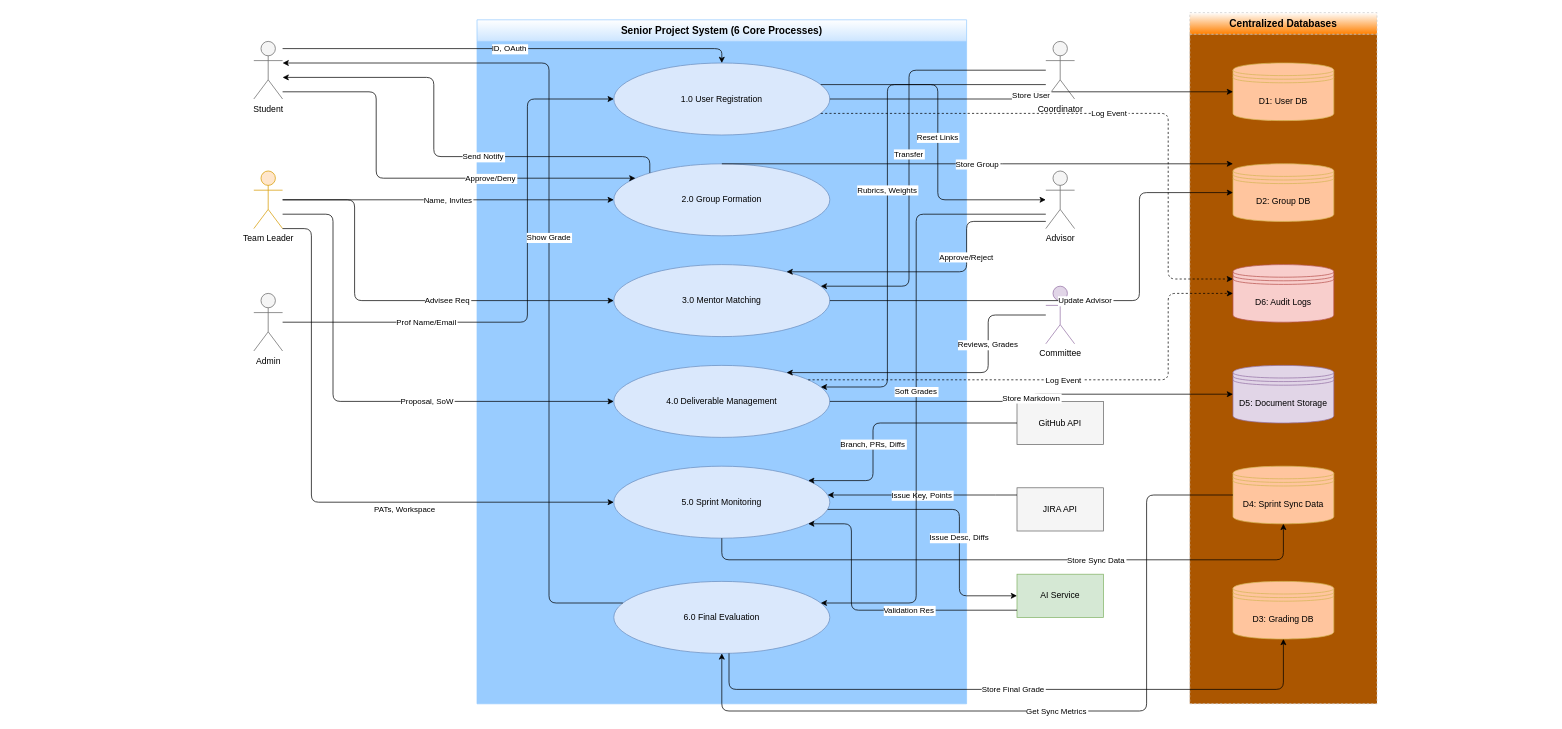
SE3318-Spring-2025-2026/senior-app-1 keeps this draw.io diagram as page "Level 1 - Overview" (2 of 2) of docs/dfd_senior_project.drawio. Above is the earlier version. Source tidied: cells renumbered, new cells numbered last; positions are measured from the earlier drawing's top-left corner, leaving out a move shared by most shapes. Both pictures are drawn from the tidied source at 72%, with x=0, y=0 at pixel (253, 12).
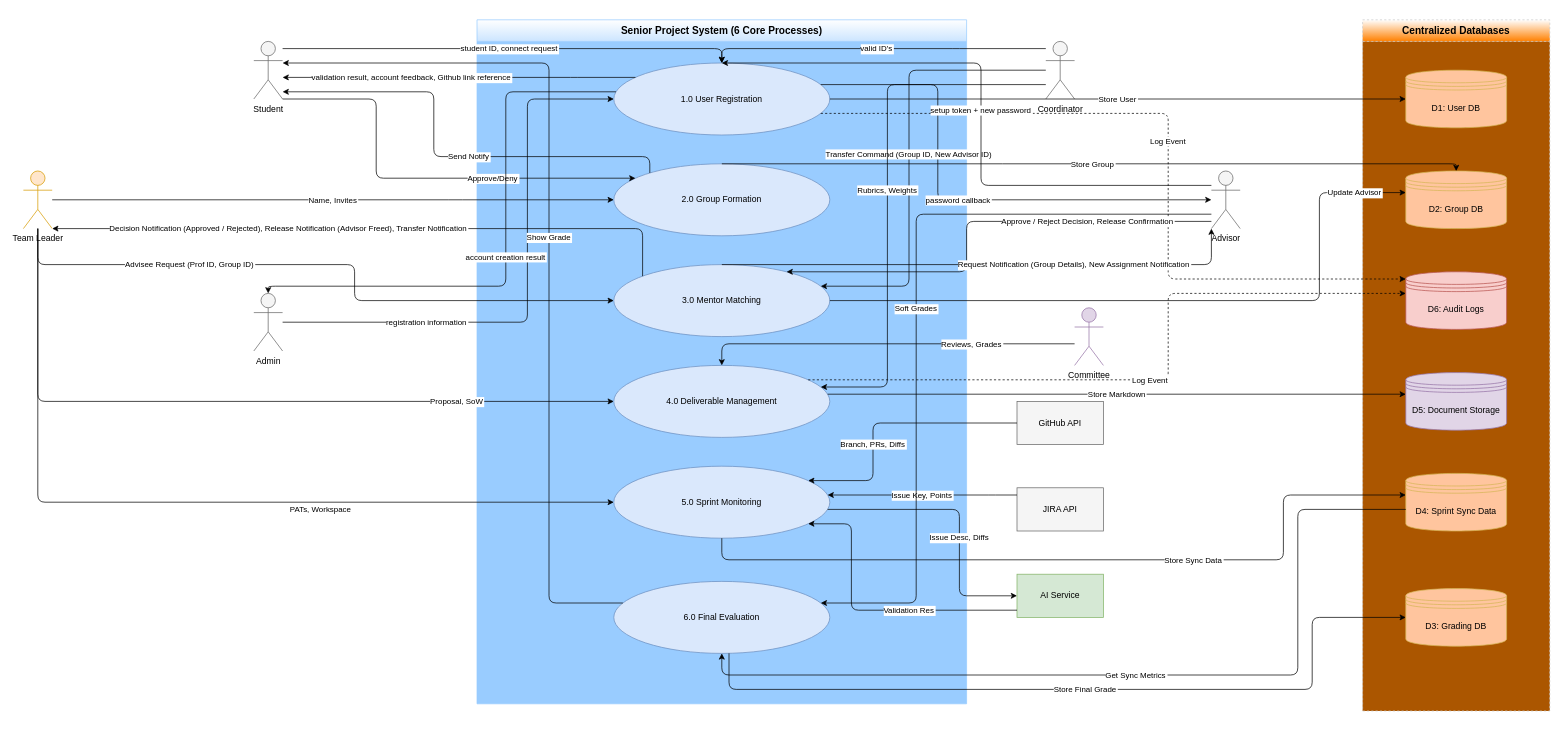
The same diagram, later.

Commit message (it also covers changes not shown here):
Refine DFD diagrams: correct registration terminology, update process labels, and enhance data flow details for user registration and senior project context/overview

The change refers to these unchanged cells:
```xml
<mxCell id="3" value="1.0 User Registration" style="ellipse;whiteSpace=wrap;html=1;fillColor=#dae8fc;strokeColor=#6c8ebf;" parent="2" vertex="1">
  <mxGeometry x="190" y="60" width="300" height="100" as="geometry" />
</mxCell>
<mxCell id="4" value="2.0 Group Formation" style="ellipse;whiteSpace=wrap;html=1;fillColor=#dae8fc;strokeColor=#6c8ebf;" parent="2" vertex="1">
  <mxGeometry x="190" y="200" width="300" height="100" as="geometry" />
</mxCell>
<mxCell id="5" value="3.0 Mentor Matching" style="ellipse;whiteSpace=wrap;html=1;fillColor=#dae8fc;strokeColor=#6c8ebf;" parent="2" vertex="1">
  <mxGeometry x="190" y="340" width="300" height="100" as="geometry" />
</mxCell>
<mxCell id="6" value="4.0 Deliverable Management" style="ellipse;whiteSpace=wrap;html=1;fillColor=#dae8fc;strokeColor=#6c8ebf;" parent="2" vertex="1">
  <mxGeometry x="190" y="480" width="300" height="100" as="geometry" />
</mxCell>
<mxCell id="7" value="5.0 Sprint Monitoring" style="ellipse;whiteSpace=wrap;html=1;fillColor=#dae8fc;strokeColor=#6c8ebf;" parent="2" vertex="1">
  <mxGeometry x="190" y="620" width="300" height="100" as="geometry" />
</mxCell>
<mxCell id="8" value="6.0 Final Evaluation" style="ellipse;whiteSpace=wrap;html=1;fillColor=#dae8fc;strokeColor=#6c8ebf;" parent="2" vertex="1">
  <mxGeometry x="190" y="780" width="300" height="100" as="geometry" />
</mxCell>
<mxCell id="11" value="D2: Group DB" style="shape=datastore;whiteSpace=wrap;html=1;fillColor=#FFC59E;strokeColor=#d6b656;" parent="9" vertex="1">
  <mxGeometry x="60" y="210" width="140" height="80" as="geometry" />
</mxCell>
<mxCell id="13" value="D5: Document Storage" style="shape=datastore;whiteSpace=wrap;html=1;fillColor=#e1d5e7;strokeColor=#9673a6;" parent="9" vertex="1">
  <mxGeometry x="60" y="490" width="140" height="80" as="geometry" />
</mxCell>
<mxCell id="14" value="D4: Sprint Sync Data" style="shape=datastore;whiteSpace=wrap;html=1;fillColor=#FFC59E;strokeColor=#d6b656;" parent="9" vertex="1">
  <mxGeometry x="60" y="630" width="140" height="80" as="geometry" />
</mxCell>
<mxCell id="15" value="D3: Grading DB" style="shape=datastore;whiteSpace=wrap;html=1;fillColor=#FFC59E;strokeColor=#d6b656;" parent="9" vertex="1">
  <mxGeometry x="60" y="790" width="140" height="80" as="geometry" />
</mxCell>
<mxCell id="16" value="Student" style="shape=umlActor;verticalLabelPosition=bottom;verticalAlign=top;html=1;outlineConnect=0;fillColor=#f5f5f5;strokeColor=#666666;" parent="1" vertex="1">
  <mxGeometry y="40" width="40" height="80" as="geometry" />
</mxCell>
<mxCell id="18" value="Admin" style="shape=umlActor;verticalLabelPosition=bottom;verticalAlign=top;html=1;outlineConnect=0;fillColor=#f5f5f5;strokeColor=#666666;" parent="1" vertex="1">
  <mxGeometry y="390" width="40" height="80" as="geometry" />
</mxCell>
<mxCell id="19" value="Coordinator" style="shape=umlActor;verticalLabelPosition=bottom;verticalAlign=top;html=1;outlineConnect=0;fillColor=#f5f5f5;strokeColor=#666666;" parent="1" vertex="1">
  <mxGeometry x="1100" y="40" width="40" height="80" as="geometry" />
</mxCell>
```

Diff of the diagram source:
```diff
@@
     <mxCell id="9" value="Centralized Databases" style="swimlane;whiteSpace=wrap;html=1;fillColor=default;strokeColor=#cccccc;dashed=1;fontSize=14;fontStyle=1;startSize=30;swimlaneFillColor=#AB5600;gradientColor=#FF8000;" parent="1" vertex="1">
-      <mxGeometry x="1300" width="260" height="960" as="geometry" />
+      <mxGeometry x="1540" y="10" width="260" height="960" as="geometry" />
     </mxCell>
@@
     <mxCell id="17" value="Team Leader" style="shape=umlActor;verticalLabelPosition=bottom;verticalAlign=top;html=1;outlineConnect=0;fillColor=#ffe6cc;strokeColor=#d79b00;" parent="1" vertex="1">
-      <mxGeometry y="220" width="40" height="80" as="geometry" />
+      <mxGeometry x="-320" y="220" width="40" height="80" as="geometry" />
     </mxCell>
@@
     <mxCell id="20" value="Advisor" style="shape=umlActor;verticalLabelPosition=bottom;verticalAlign=top;html=1;outlineConnect=0;fillColor=#f5f5f5;strokeColor=#666666;" parent="1" vertex="1">
-      <mxGeometry x="1100" y="220" width="40" height="80" as="geometry" />
+      <mxGeometry x="1330" y="220" width="40" height="80" as="geometry" />
     </mxCell>
     <mxCell id="21" value="Committee" style="shape=umlActor;verticalLabelPosition=bottom;verticalAlign=top;html=1;outlineConnect=0;fillColor=#e1d5e7;strokeColor=#9673a6;" parent="1" vertex="1">
-      <mxGeometry x="1100" y="380" width="40" height="80" as="geometry" />
+      <mxGeometry x="1140" y="410" width="40" height="80" as="geometry" />
     </mxCell>
@@
-    <mxCell id="25" value="ID, OAuth" style="edgeStyle=orthogonalEdgeStyle;rounded=1;fontSize=11;" parent="1" edge="1" source="16" target="3">
+    <mxCell id="25" value="student ID, connect request" style="edgeStyle=orthogonalEdgeStyle;rounded=1;fontSize=11;" parent="1" edge="1" source="16" target="3">
       <mxGeometry relative="1" as="geometry">
         <Array as="points">
           <mxPoint x="650" y="50" />
         </Array>
       </mxGeometry>
     </mxCell>
-    <mxCell id="26" value="Prof Name/Email" style="edgeStyle=orthogonalEdgeStyle;rounded=1;fontSize=11;" parent="1" edge="1" source="18" target="3">
+    <mxCell id="26" value="registration information" style="edgeStyle=orthogonalEdgeStyle;rounded=1;fontSize=11;" parent="1" edge="1" source="18" target="3">
       <mxGeometry x="-0.48" relative="1" as="geometry">
         <Array as="points">
           <mxPoint x="380" y="430" />
           <mxPoint x="380" y="120" />
         </Array>
       </mxGeometry>
     </mxCell>
-    <mxCell id="27" value="Reset Links" style="edgeStyle=orthogonalEdgeStyle;rounded=1;fontSize=11;" parent="1" edge="1" source="3" target="20">
+    <mxCell id="27" value="password callback" style="edgeStyle=orthogonalEdgeStyle;rounded=1;fontSize=11;" parent="1" edge="1" source="3" target="20">
       <mxGeometry relative="1" as="geometry">
         <Array as="points">
           <mxPoint x="950" y="100" />
           <mxPoint x="950" y="260" />
         </Array>
       </mxGeometry>
     </mxCell>
@@
     <mxCell id="31" value="Approve/Deny" style="edgeStyle=orthogonalEdgeStyle;rounded=1;fontSize=11;" parent="1" edge="1" source="16" target="4">
       <mxGeometry x="0.34" relative="1" as="geometry">
         <Array as="points">
-          <mxPoint x="170" y="110" />
+          <mxPoint x="170" y="120" />
           <mxPoint x="170" y="230" />
         </Array>
       </mxGeometry>
     </mxCell>
     <mxCell id="32" value="Send Notify" style="edgeStyle=orthogonalEdgeStyle;rounded=1;fontSize=11;" parent="1" edge="1" source="4" target="16">
-      <mxGeometry x="-0.21" relative="1" as="geometry">
+      <mxGeometry x="-0.12" relative="1" as="geometry">
         <Array as="points">
           <mxPoint x="550" y="200" />
           <mxPoint x="250" y="200" />
-          <mxPoint x="250" y="90" />
+          <mxPoint x="250" y="110" />
         </Array>
       </mxGeometry>
     </mxCell>
@@
-    <mxCell id="34" value="Advisee Req" style="edgeStyle=orthogonalEdgeStyle;rounded=1;fontSize=11;" parent="1" edge="1" source="17" target="5">
-      <mxGeometry x="0.23" relative="1" as="geometry">
+    <mxCell id="34" value="Advisee Request (Prof ID, Group ID)" style="edgeStyle=orthogonalEdgeStyle;rounded=1;fontSize=11;" parent="1" edge="1" source="17" target="5">
+      <mxGeometry x="-0.42" relative="1" as="geometry">
         <Array as="points">
-          <mxPoint x="140" y="260" />
+          <mxPoint x="-300" y="350" />
+          <mxPoint x="140" y="350" />
           <mxPoint x="140" y="400" />
         </Array>
       </mxGeometry>
     </mxCell>
-    <mxCell id="35" value="Transfer" style="edgeStyle=orthogonalEdgeStyle;rounded=1;fontSize=11;" parent="1" edge="1" source="19" target="5">
+    <mxCell id="35" value="Transfer Command (Group ID, New Advisor ID)" style="edgeStyle=orthogonalEdgeStyle;rounded=1;fontSize=11;" parent="1" edge="1" source="19" target="5">
       <mxGeometry relative="1" as="geometry">
         <Array as="points">
           <mxPoint x="910" y="80" />
           <mxPoint x="910" y="380" />
         </Array>
       </mxGeometry>
     </mxCell>
-    <mxCell id="36" value="Approve/Reject" style="edgeStyle=orthogonalEdgeStyle;rounded=1;fontSize=11;" parent="1" edge="1" source="20" target="5">
-      <mxGeometry x="-0.26" relative="1" as="geometry">
+    <mxCell id="36" value="Approve / Reject Decision, Release Confirmation" style="edgeStyle=orthogonalEdgeStyle;rounded=1;fontSize=11;" parent="1" edge="1" source="20" target="5">
+      <mxGeometry x="-0.48" relative="1" as="geometry">
         <Array as="points">
           <mxPoint x="990" y="290" />
           <mxPoint x="990" y="360" />
         </Array>
       </mxGeometry>
     </mxCell>
     <mxCell id="37" value="Update Advisor" style="edgeStyle=orthogonalEdgeStyle;rounded=1;fontSize=11;" parent="1" edge="1" source="5" target="11">
-      <mxGeometry relative="1" as="geometry">
+      <mxGeometry x="0.85" relative="1" as="geometry">
         <Array as="points">
-          <mxPoint x="1230" y="400" />
-          <mxPoint x="1230" y="250" />
+          <mxPoint x="1480" y="400" />
+          <mxPoint x="1480" y="250" />
         </Array>
       </mxGeometry>
     </mxCell>
@@
     <mxCell id="39" value="Proposal, SoW" style="edgeStyle=orthogonalEdgeStyle;rounded=1;fontSize=11;" parent="1" edge="1" source="17" target="6">
-      <mxGeometry x="0.28" relative="1" as="geometry">
+      <mxGeometry x="0.58" relative="1" as="geometry">
         <Array as="points">
-          <mxPoint x="110" y="280" />
-          <mxPoint x="110" y="540" />
+          <mxPoint x="-300" y="540" />
         </Array>
       </mxGeometry>
     </mxCell>
     <mxCell id="40" value="Reviews, Grades" style="edgeStyle=orthogonalEdgeStyle;rounded=1;fontSize=11;" parent="1" edge="1" source="21" target="6">
       <mxGeometry x="-0.45" relative="1" as="geometry">
         <Array as="points">
-          <mxPoint x="1020" y="420" />
-          <mxPoint x="1020" y="500" />
+          <mxPoint x="650" y="460" />
         </Array>
       </mxGeometry>
     </mxCell>
     <mxCell id="41" value="Store Markdown" style="edgeStyle=orthogonalEdgeStyle;rounded=1;fontSize=11;" parent="1" edge="1" source="6" target="13">
-      <mxGeometry relative="1" as="geometry" />
+      <mxGeometry relative="1" as="geometry">
+        <Array as="points">
+          <mxPoint x="1210" y="530" />
+          <mxPoint x="1210" y="530" />
+        </Array>
+      </mxGeometry>
     </mxCell>
@@
+    <mxCell id="53" value="valid ID's" style="edgeStyle=orthogonalEdgeStyle;rounded=1;fontSize=11;" parent="1" edge="1" source="19" target="3">
+      <mxGeometry relative="1" as="geometry">
+        <Array as="points">
+          <mxPoint x="970" y="50" />
+          <mxPoint x="970" y="50" />
+        </Array>
+      </mxGeometry>
+    </mxCell>
+    <mxCell id="54" value="validation result, account feedback, Github link reference" style="edgeStyle=orthogonalEdgeStyle;rounded=1;fontSize=11;" parent="1" edge="1" source="3" target="16">
+      <mxGeometry x="0.27" relative="1" as="geometry">
+        <Array as="points">
+          <mxPoint x="450" y="90" />
+          <mxPoint x="150" y="90" />
+        </Array>
+      </mxGeometry>
+    </mxCell>
+    <mxCell id="55" value="account creation result" style="edgeStyle=orthogonalEdgeStyle;rounded=1;fontSize=11;" parent="1" edge="1" source="3" target="18">
+      <mxGeometry relative="1" as="geometry">
+        <Array as="points">
+          <mxPoint x="350" y="110" />
+          <mxPoint x="350" y="380" />
+        </Array>
+      </mxGeometry>
+    </mxCell>
+    <mxCell id="56" value="setup token + new password" style="edgeStyle=orthogonalEdgeStyle;rounded=1;fontSize=11;" parent="1" edge="1" source="20" target="3">
+      <mxGeometry relative="1" as="geometry">
+        <Array as="points">
+          <mxPoint x="1010" y="240" />
+          <mxPoint x="1010" y="70" />
+        </Array>
+      </mxGeometry>
+    </mxCell>
+    <mxCell id="57" value="Decision Notification (Approved / Rejected), Release Notification (Advisor Freed), Transfer Notification" style="edgeStyle=orthogonalEdgeStyle;rounded=1;fontSize=11;" parent="1" edge="1" source="5" target="17">
+      <mxGeometry x="0.26" relative="1" as="geometry">
+        <Array as="points">
+          <mxPoint x="540" y="300" />
+        </Array>
+      </mxGeometry>
+    </mxCell>
+    <mxCell id="58" value="Request Notification (Group Details), New Assignment Notification" style="edgeStyle=orthogonalEdgeStyle;rounded=1;fontSize=11;" parent="1" edge="1" source="5" target="20">
+      <mxGeometry x="0.34" relative="1" as="geometry">
+        <Array as="points">
+          <mxPoint x="1330" y="350" />
+        </Array>
+      </mxGeometry>
+    </mxCell>
     <mxCell id="43" value="PATs, Workspace" style="edgeStyle=orthogonalEdgeStyle;rounded=1;fontSize=11;" parent="1" edge="1" source="17" target="7">
       <mxGeometry x="0.31" y="-10" relative="1" as="geometry">
         <Array as="points">
-          <mxPoint x="80" y="300" />
-          <mxPoint x="80" y="680" />
+          <mxPoint x="-300" y="680" />
         </Array>
       </mxGeometry>
     </mxCell>
@@
     <mxCell id="48" value="Store Sync Data" style="edgeStyle=orthogonalEdgeStyle;rounded=1;fontSize=11;" parent="1" edge="1" source="7" target="14">
       <mxGeometry x="0.28" relative="1" as="geometry">
         <Array as="points">
           <mxPoint x="650" y="760" />
           <mxPoint x="1430" y="760" />
+          <mxPoint x="1430" y="670" />
         </Array>
       </mxGeometry>
     </mxCell>
@@
     <mxCell id="50" value="Get Sync Metrics" style="edgeStyle=orthogonalEdgeStyle;rounded=1;fontSize=11;" parent="1" edge="1" source="14" target="8">
       <mxGeometry relative="1" as="geometry">
         <Array as="points">
-          <mxPoint x="1240" y="670" />
-          <mxPoint x="1240" y="970" />
-          <mxPoint x="650" y="970" />
+          <mxPoint x="1450" y="690" />
+          <mxPoint x="1450" y="920" />
+          <mxPoint x="650" y="920" />
         </Array>
       </mxGeometry>
     </mxCell>
     <mxCell id="51" value="Store Final Grade" style="edgeStyle=orthogonalEdgeStyle;rounded=1;fontSize=11;" parent="1" edge="1" source="8" target="15">
       <mxGeometry relative="1" as="geometry">
         <Array as="points">
           <mxPoint x="660" y="940" />
-          <mxPoint x="1430" y="940" />
+          <mxPoint x="1470" y="940" />
+          <mxPoint x="1470" y="840" />
         </Array>
       </mxGeometry>
     </mxCell>
```
